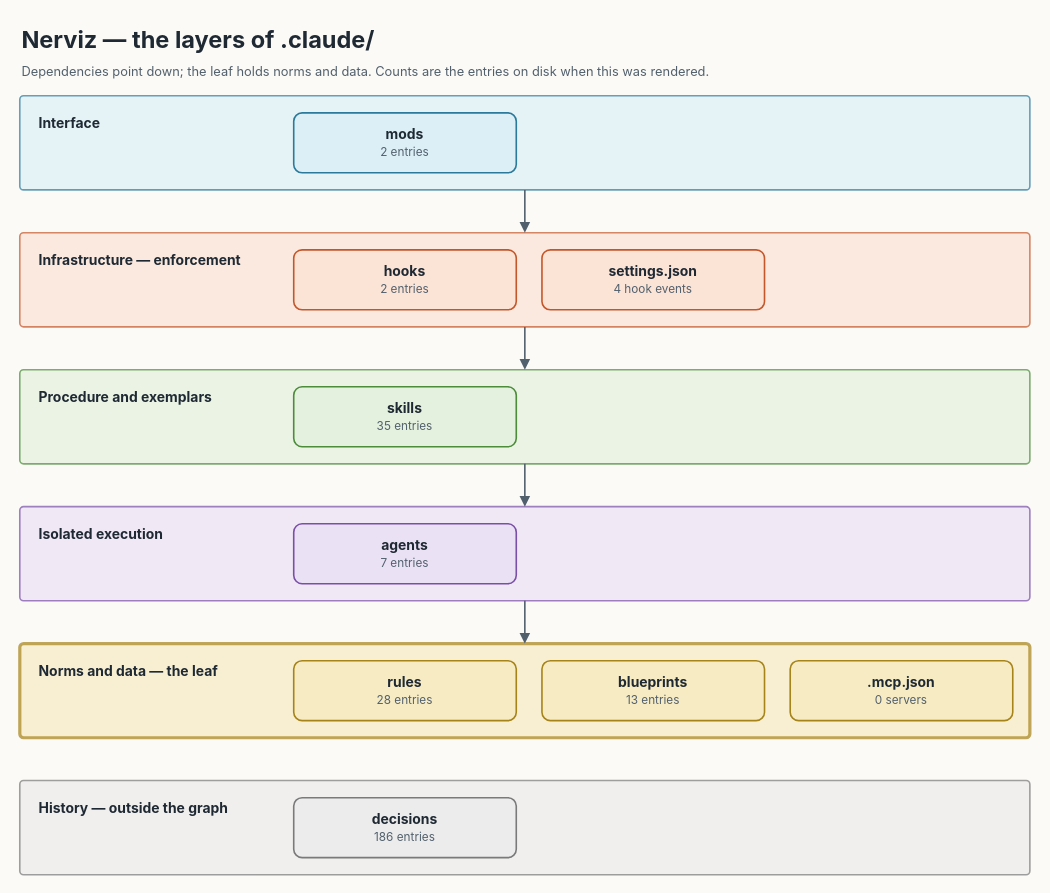
This is docs/diagrams/layers/layers.drawio from nerviz-ai/nerviz, a draw.io file, before an edit. Source tidied: cells renumbered, new cells numbered last; positions are measured from the earlier drawing's top-left corner, leaving out a move shared by most shapes. Both pictures are drawn from the tidied source at 107%, with x=0, y=0 at pixel (19, 18).
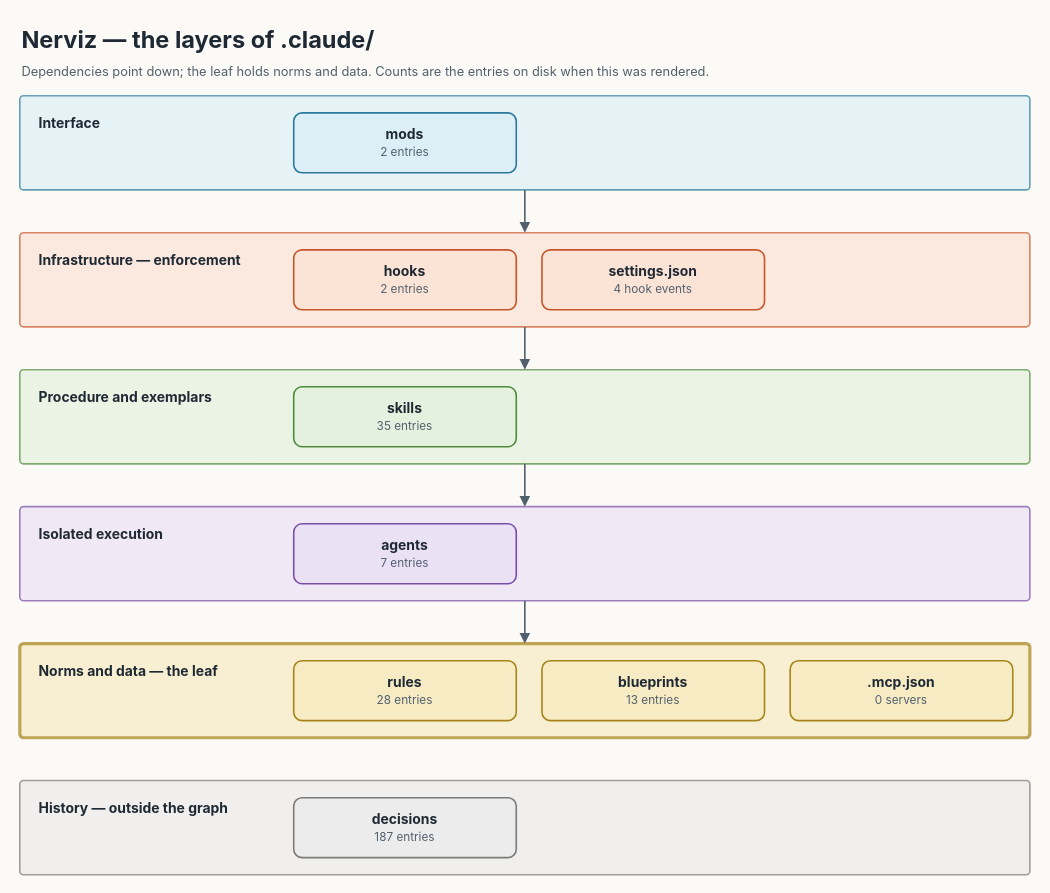
After the change.

What changed in the source:
```diff
@@
-    <mxCell id="17" value="&lt;b&gt;decisions&lt;/b&gt;&lt;br/&gt;&lt;font style=&quot;font-size:11px&quot; color=&quot;#52606D&quot;&gt;186 entries&lt;/font&gt;" style="rounded=1;arcSize=14;html=1;whiteSpace=wrap;fontSize=13;fontFamily=Inter;fontColor=#1F2933;fillColor=#ECECEC;strokeColor=#7A7A7A;strokeWidth=1.5;" parent="1" vertex="1">
+    <mxCell id="17" value="&lt;b&gt;decisions&lt;/b&gt;&lt;br/&gt;&lt;font style=&quot;font-size:11px&quot; color=&quot;#52606D&quot;&gt;187 entries&lt;/font&gt;" style="rounded=1;arcSize=14;html=1;whiteSpace=wrap;fontSize=13;fontFamily=Inter;fontColor=#1F2933;fillColor=#ECECEC;strokeColor=#7A7A7A;strokeWidth=1.5;" parent="1" vertex="1">
       <mxGeometry x="256" y="728" width="208" height="56" as="geometry" />
     </mxCell>
```
